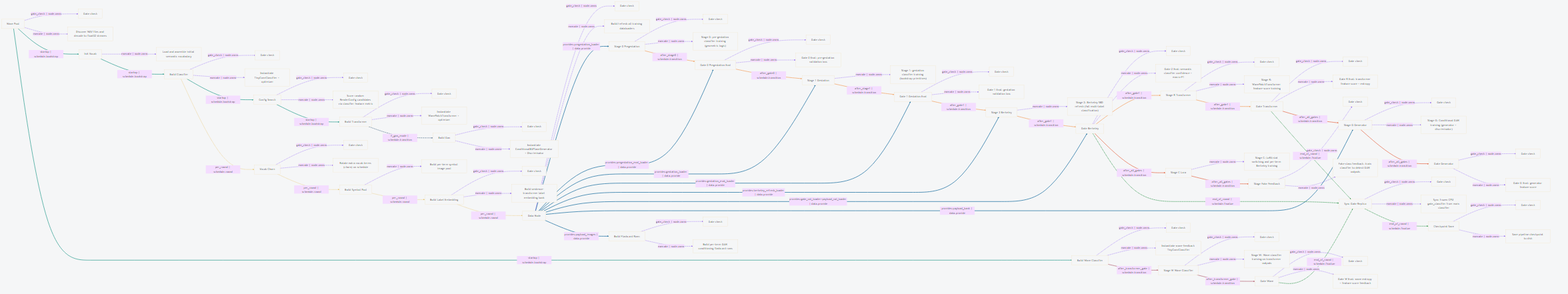
Earlier version of the Mermaid export docs/diagrams/stack_view_reaction.png (sangderenard/meta-nn). Its source is kept beside it as docs/diagrams/stack_view_reaction.mmd.
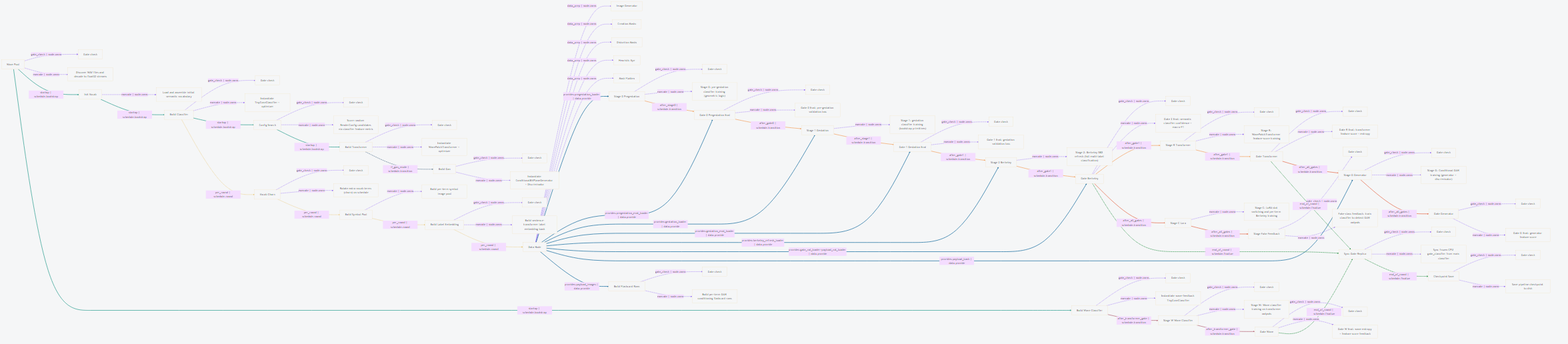
The same file after the commit.

Diff of the diagram source:
```diff
@@ -32,8 +32,11 @@
     build_flashcard_rows__should_run["Gate check"]
     build_flashcard_rows__execute["Build per-term GAN conditioning flashcard rows"]
     data_node["Data Node"]
-    data_node__should_run["Gate check"]
-    data_node__execute["Build/refresh all training dataloaders"]
+    data_node__image_generator["Image Generator"]
+    data_node__creation_masks["Creation Masks"]
+    data_node__distortion_masks["Distortion Masks"]
+    data_node__heuristic_eye["Heuristic Eye"]
+    data_node__mask_flatten["Mask Flatten"]
     stage_0_pregestation["Stage 0 Pregestation"]
     stage_0_pregestation__should_run["Gate check"]
     stage_0_pregestation__execute["Stage 0: pre-gestation classifier training (geometric logic)"]
@@ -100,8 +103,11 @@
     build_label_embedding -- "execute | node.owns" --> build_label_embedding__execute
     build_flashcard_rows -- "gate_check | node.owns" --> build_flashcard_rows__should_run
     build_flashcard_rows -- "execute | node.owns" --> build_flashcard_rows__execute
-    data_node -- "gate_check | node.owns" --> data_node__should_run
-    data_node -- "execute | node.owns" --> data_node__execute
+    data_node -- "data_prep | node.owns" --> data_node__image_generator
+    data_node -- "data_prep | node.owns" --> data_node__creation_masks
+    data_node -- "data_prep | node.owns" --> data_node__distortion_masks
+    data_node -- "data_prep | node.owns" --> data_node__heuristic_eye
+    data_node -- "data_prep | node.owns" --> data_node__mask_flatten
     stage_0_pregestation -- "gate_check | node.owns" --> stage_0_pregestation__should_run
     stage_0_pregestation -- "execute | node.owns" --> stage_0_pregestation__execute
     stage_1_gestation -- "execute | node.owns" --> stage_1_gestation__execute
@@ -218,38 +224,41 @@
     linkStyle 48 stroke:#8B5CF6,stroke-width:2px,opacity:0.85,stroke-dasharray:4 2;
     linkStyle 49 stroke:#8B5CF6,stroke-width:2px,opacity:0.85,stroke-dasharray:4 2;
     linkStyle 50 stroke:#8B5CF6,stroke-width:2px,opacity:0.85,stroke-dasharray:4 2;
-    linkStyle 51 stroke:#2A9D8F,stroke-width:3px,opacity:0.9,stroke-dasharray:0;
-    linkStyle 52 stroke:#2A9D8F,stroke-width:3px,opacity:0.9,stroke-dasharray:0;
-    linkStyle 53 stroke:#2A9D8F,stroke-width:3px,opacity:0.9,stroke-dasharray:0;
+    linkStyle 51 stroke:#8B5CF6,stroke-width:2px,opacity:0.85,stroke-dasharray:4 2;
+    linkStyle 52 stroke:#8B5CF6,stroke-width:2px,opacity:0.85,stroke-dasharray:4 2;
+    linkStyle 53 stroke:#8B5CF6,stroke-width:2px,opacity:0.85,stroke-dasharray:4 2;
     linkStyle 54 stroke:#2A9D8F,stroke-width:3px,opacity:0.9,stroke-dasharray:0;
-    linkStyle 55 stroke:#577590,stroke-width:3px,opacity:0.85,stroke-dasharray:8 3;
+    linkStyle 55 stroke:#2A9D8F,stroke-width:3px,opacity:0.9,stroke-dasharray:0;
     linkStyle 56 stroke:#2A9D8F,stroke-width:3px,opacity:0.9,stroke-dasharray:0;
-    linkStyle 57 stroke:#E9C46A,stroke-width:3px,opacity:0.9,stroke-dasharray:2 2;
-    linkStyle 58 stroke:#E9C46A,stroke-width:3px,opacity:0.9,stroke-dasharray:2 2;
-    linkStyle 59 stroke:#E9C46A,stroke-width:3px,opacity:0.9,stroke-dasharray:2 2;
+    linkStyle 57 stroke:#2A9D8F,stroke-width:3px,opacity:0.9,stroke-dasharray:0;
+    linkStyle 58 stroke:#577590,stroke-width:3px,opacity:0.85,stroke-dasharray:8 3;
+    linkStyle 59 stroke:#2A9D8F,stroke-width:3px,opacity:0.9,stroke-dasharray:0;
     linkStyle 60 stroke:#E9C46A,stroke-width:3px,opacity:0.9,stroke-dasharray:2 2;
-    linkStyle 61 stroke:#1D70A2,stroke-width:3px,opacity:0.95,stroke-dasharray:0;
-    linkStyle 62 stroke:#1D70A2,stroke-width:3px,opacity:0.95,stroke-dasharray:0;
-    linkStyle 63 stroke:#1D70A2,stroke-width:3px,opacity:0.95,stroke-dasharray:0;
+    linkStyle 61 stroke:#E9C46A,stroke-width:3px,opacity:0.9,stroke-dasharray:2 2;
+    linkStyle 62 stroke:#E9C46A,stroke-width:3px,opacity:0.9,stroke-dasharray:2 2;
+    linkStyle 63 stroke:#E9C46A,stroke-width:3px,opacity:0.9,stroke-dasharray:2 2;
     linkStyle 64 stroke:#1D70A2,stroke-width:3px,opacity:0.95,stroke-dasharray:0;
     linkStyle 65 stroke:#1D70A2,stroke-width:3px,opacity:0.95,stroke-dasharray:0;
     linkStyle 66 stroke:#1D70A2,stroke-width:3px,opacity:0.95,stroke-dasharray:0;
     linkStyle 67 stroke:#1D70A2,stroke-width:3px,opacity:0.95,stroke-dasharray:0;
     linkStyle 68 stroke:#1D70A2,stroke-width:3px,opacity:0.95,stroke-dasharray:0;
-    linkStyle 69 stroke:#F4A261,stroke-width:3px,opacity:0.9,stroke-dasharray:0;
-    linkStyle 70 stroke:#F4A261,stroke-width:3px,opacity:0.9,stroke-dasharray:0;
-    linkStyle 71 stroke:#F4A261,stroke-width:3px,opacity:0.9,stroke-dasharray:0;
+    linkStyle 69 stroke:#1D70A2,stroke-width:3px,opacity:0.95,stroke-dasharray:0;
+    linkStyle 70 stroke:#1D70A2,stroke-width:3px,opacity:0.95,stroke-dasharray:0;
+    linkStyle 71 stroke:#1D70A2,stroke-width:3px,opacity:0.95,stroke-dasharray:0;
     linkStyle 72 stroke:#F4A261,stroke-width:3px,opacity:0.9,stroke-dasharray:0;
     linkStyle 73 stroke:#F4A261,stroke-width:3px,opacity:0.9,stroke-dasharray:0;
     linkStyle 74 stroke:#F4A261,stroke-width:3px,opacity:0.9,stroke-dasharray:0;
     linkStyle 75 stroke:#F4A261,stroke-width:3px,opacity:0.9,stroke-dasharray:0;
-    linkStyle 76 stroke:#E76F51,stroke-width:3px,opacity:0.95,stroke-dasharray:0;
-    linkStyle 77 stroke:#E76F51,stroke-width:3px,opacity:0.95,stroke-dasharray:0;
-    linkStyle 78 stroke:#E76F51,stroke-width:3px,opacity:0.95,stroke-dasharray:0;
+    linkStyle 76 stroke:#F4A261,stroke-width:3px,opacity:0.9,stroke-dasharray:0;
+    linkStyle 77 stroke:#F4A261,stroke-width:3px,opacity:0.9,stroke-dasharray:0;
+    linkStyle 78 stroke:#F4A261,stroke-width:3px,opacity:0.9,stroke-dasharray:0;
     linkStyle 79 stroke:#E76F51,stroke-width:3px,opacity:0.95,stroke-dasharray:0;
-    linkStyle 80 stroke:#B56576,stroke-width:3px,opacity:0.9,stroke-dasharray:0;
-    linkStyle 81 stroke:#B56576,stroke-width:3px,opacity:0.9,stroke-dasharray:0;
-    linkStyle 82 stroke:#2B9348,stroke-width:3px,opacity:0.9,stroke-dasharray:4 2;
-    linkStyle 83 stroke:#2B9348,stroke-width:3px,opacity:0.9,stroke-dasharray:4 2;
-    linkStyle 84 stroke:#2B9348,stroke-width:3px,opacity:0.9,stroke-dasharray:4 2;
+    linkStyle 80 stroke:#E76F51,stroke-width:3px,opacity:0.95,stroke-dasharray:0;
+    linkStyle 81 stroke:#E76F51,stroke-width:3px,opacity:0.95,stroke-dasharray:0;
+    linkStyle 82 stroke:#E76F51,stroke-width:3px,opacity:0.95,stroke-dasharray:0;
+    linkStyle 83 stroke:#B56576,stroke-width:3px,opacity:0.9,stroke-dasharray:0;
+    linkStyle 84 stroke:#B56576,stroke-width:3px,opacity:0.9,stroke-dasharray:0;
     linkStyle 85 stroke:#2B9348,stroke-width:3px,opacity:0.9,stroke-dasharray:4 2;
+    linkStyle 86 stroke:#2B9348,stroke-width:3px,opacity:0.9,stroke-dasharray:4 2;
+    linkStyle 87 stroke:#2B9348,stroke-width:3px,opacity:0.9,stroke-dasharray:4 2;
+    linkStyle 88 stroke:#2B9348,stroke-width:3px,opacity:0.9,stroke-dasharray:4 2;
```
